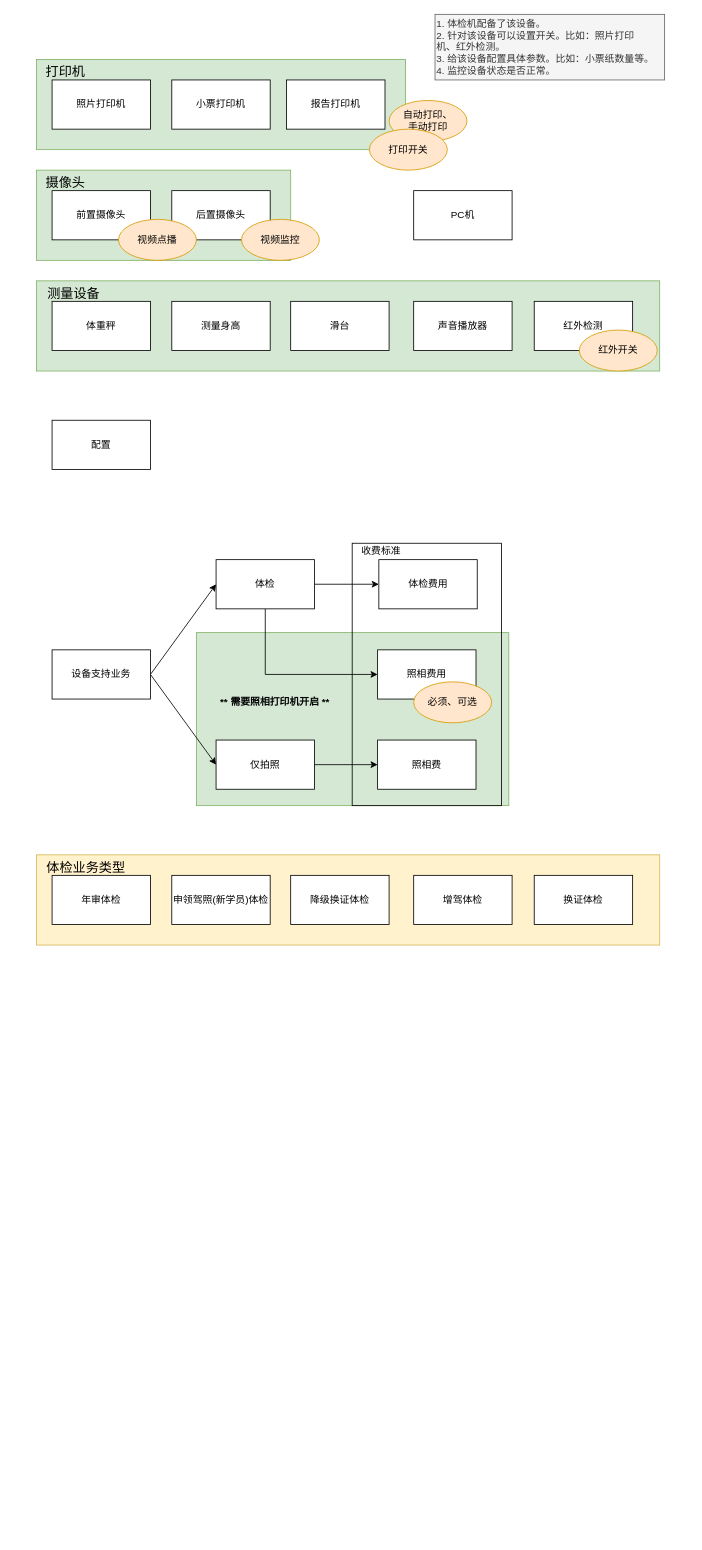
Earlier version of the draw.io diagram page "设备数据模型" (4 of 5) of V3.0.0.drawio (FifteenLab/test). Source tidied: cells renumbered, new cells numbered last; positions are measured from the earlier drawing's top-left corner, leaving out a move shared by most shapes. Both pictures are drawn from the tidied source at 82%, with x=0, y=0 at pixel (36, 14).
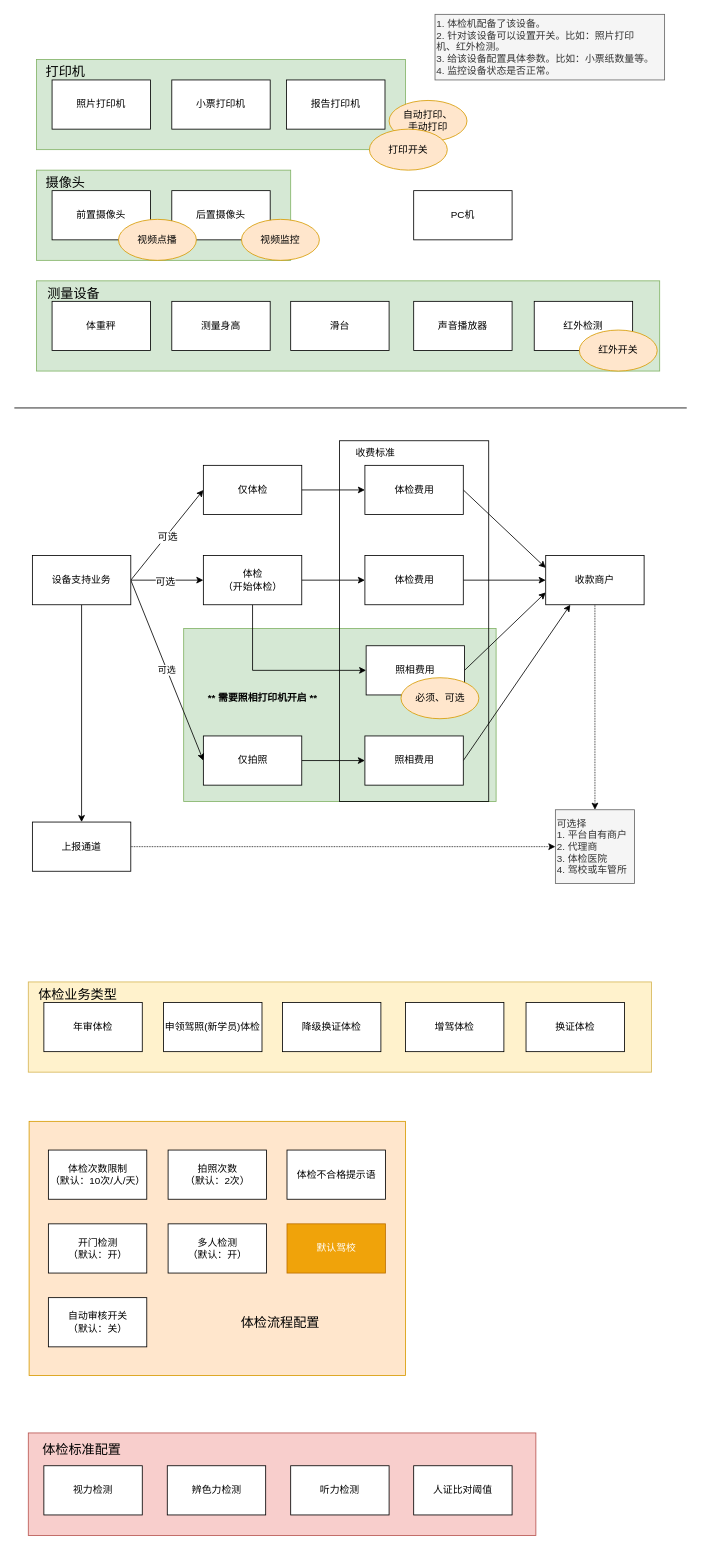
The same page after the edit.

Unchanged cells that the change refers to:
```xml
<mxCell id="36" style="edgeStyle=none;rounded=0;jettySize=auto;html=1;exitX=1;exitY=0.5;exitDx=0;exitDy=0;entryX=0;entryY=0.5;entryDx=0;entryDy=0;" parent="1" edge="1" source="38" target="29">
  <mxGeometry relative="1" as="geometry" />
</mxCell>
```

Diff of the diagram source:
```diff
@@
+    <mxCell id="49" style="rounded=0;whiteSpace=wrap;html=1;fillColor=#f8cecc;strokeColor=#b85450;" parent="1" vertex="1">
+      <mxGeometry x="-10" y="1730" width="619" height="125" as="geometry" />
+    </mxCell>
+    <mxCell id="50" style="rounded=0;whiteSpace=wrap;html=1;fillColor=#ffe6cc;strokeColor=#d79b00;" parent="1" vertex="1">
+      <mxGeometry x="-9" y="1350" width="459" height="310" as="geometry" />
+    </mxCell>
     <mxCell id="2" style="rounded=0;whiteSpace=wrap;html=1;fillColor=#d5e8d4;strokeColor=#82b366;" parent="1" vertex="1">
-      <mxGeometry x="195" y="754" width="381" height="211" as="geometry" />
+      <mxGeometry x="179.5" y="749" width="381" height="211" as="geometry" />
     </mxCell>
     <mxCell id="3" style="rounded=0;whiteSpace=wrap;html=1;fillColor=none;" parent="1" vertex="1">
-      <mxGeometry x="385" y="645" width="182" height="320" as="geometry" />
+      <mxGeometry x="369.5" y="520" width="182" height="440" as="geometry" />
     </mxCell>
@@
-    <mxCell id="7" value="配置" style="rounded=0;whiteSpace=wrap;html=1;" parent="1" vertex="1">
-      <mxGeometry x="19" y="495" width="120" height="60" as="geometry" />
-    </mxCell>
@@
-    <mxCell id="29" value="体检" style="rounded=0;whiteSpace=wrap;html=1;" parent="1" vertex="1">
-      <mxGeometry x="219" y="665" width="120" height="60" as="geometry" />
+    <mxCell id="29" value="体检&lt;br&gt;（开始体检）" style="rounded=0;whiteSpace=wrap;html=1;" parent="1" vertex="1">
+      <mxGeometry x="203.5" y="660" width="120" height="60" as="geometry" />
     </mxCell>
@@
     <mxCell id="31" value="仅拍照" style="rounded=0;whiteSpace=wrap;html=1;" parent="1" vertex="1">
-      <mxGeometry x="219" y="885" width="120" height="60" as="geometry" />
+      <mxGeometry x="203.5" y="880" width="120" height="60" as="geometry" />
     </mxCell>
+    <mxCell id="51" style="edgeStyle=none;rounded=0;jettySize=auto;html=1;exitX=1;exitY=0.5;exitDx=0;exitDy=0;entryX=0.25;entryY=1;entryDx=0;entryDy=0;" parent="1" edge="1" source="32" target="69">
+      <mxGeometry relative="1" as="geometry" />
+    </mxCell>
-    <mxCell id="32" value="照相费" style="rounded=0;whiteSpace=wrap;html=1;" parent="1" vertex="1">
-      <mxGeometry x="416" y="885" width="120" height="60" as="geometry" />
+    <mxCell id="32" value="照相费用" style="rounded=0;whiteSpace=wrap;html=1;" parent="1" vertex="1">
+      <mxGeometry x="400.5" y="880" width="120" height="60" as="geometry" />
     </mxCell>
+    <mxCell id="52" style="rounded=0;jettySize=auto;html=1;exitX=1;exitY=0.5;exitDx=0;exitDy=0;entryX=0;entryY=0.5;entryDx=0;entryDy=0;" parent="1" edge="1" source="33" target="69">
+      <mxGeometry relative="1" as="geometry" />
+    </mxCell>
     <mxCell id="33" value="体检费用" style="rounded=0;whiteSpace=wrap;html=1;" parent="1" vertex="1">
-      <mxGeometry x="417.5" y="665" width="120" height="60" as="geometry" />
+      <mxGeometry x="400.5" y="660" width="120" height="60" as="geometry" />
     </mxCell>
+    <mxCell id="53" style="edgeStyle=none;rounded=0;jettySize=auto;html=1;exitX=1;exitY=0.5;exitDx=0;exitDy=0;entryX=0;entryY=0.75;entryDx=0;entryDy=0;" parent="1" edge="1" source="34" target="69">
+      <mxGeometry relative="1" as="geometry" />
+    </mxCell>
     <mxCell id="34" value="照相费用" style="rounded=0;whiteSpace=wrap;html=1;" parent="1" vertex="1">
-      <mxGeometry x="416" y="775" width="120" height="60" as="geometry" />
+      <mxGeometry x="402" y="770" width="120" height="60" as="geometry" />
     </mxCell>
     <mxCell id="35" value="必须、可选" style="ellipse;whiteSpace=wrap;html=1;fillColor=#ffe6cc;strokeColor=#d79b00;" parent="1" vertex="1">
-      <mxGeometry x="460" y="814" width="95" height="50" as="geometry" />
+      <mxGeometry x="444.5" y="809" width="95" height="50" as="geometry" />
     </mxCell>
@@
+    <mxCell id="54" value="可选" style="text;html=1;align=center;verticalAlign=middle;labelBackgroundColor=#ffffff;" parent="36" vertex="1">
+      <mxGeometry x="-0.07" y="-1" relative="1" as="geometry" />
+    </mxCell>
-    <mxCell id="37" style="rounded=0;jettySize=auto;html=1;exitX=1;exitY=0.5;exitDx=0;exitDy=0;entryX=0;entryY=0.5;entryDx=0;entryDy=0;" parent="1" edge="1" source="38" target="31">
+    <mxCell id="37" value="可选" style="rounded=0;jettySize=auto;html=1;exitX=1;exitY=0.5;exitDx=0;exitDy=0;entryX=0;entryY=0.5;entryDx=0;entryDy=0;" parent="1" edge="1" source="38" target="31">
       <mxGeometry relative="1" as="geometry" />
     </mxCell>
+    <mxCell id="55" style="edgeStyle=none;rounded=0;jettySize=auto;html=1;" parent="1" edge="1" source="38" target="59">
+      <mxGeometry relative="1" as="geometry" />
+    </mxCell>
+    <mxCell id="56" style="edgeStyle=none;rounded=0;jettySize=auto;html=1;exitX=1;exitY=0.5;exitDx=0;exitDy=0;entryX=0;entryY=0.5;entryDx=0;entryDy=0;" parent="1" edge="1" source="38" target="78">
+      <mxGeometry relative="1" as="geometry" />
+    </mxCell>
+    <mxCell id="57" value="可选" style="text;html=1;align=center;verticalAlign=middle;labelBackgroundColor=#ffffff;" parent="56" vertex="1">
+      <mxGeometry x="-0.02" y="-2" relative="1" as="geometry" />
+    </mxCell>
     <mxCell id="38" value="设备支持业务" style="rounded=0;whiteSpace=wrap;html=1;" parent="1" vertex="1">
-      <mxGeometry x="19" y="775" width="120" height="60" as="geometry" />
+      <mxGeometry x="-5" y="660" width="120" height="60" as="geometry" />
     </mxCell>
+    <mxCell id="58" style="edgeStyle=none;rounded=0;jettySize=auto;html=1;exitX=1;exitY=0.5;exitDx=0;exitDy=0;entryX=0;entryY=0.5;entryDx=0;entryDy=0;dashed=1;dashPattern=1 1;" parent="1" edge="1" source="59" target="70">
+      <mxGeometry relative="1" as="geometry" />
+    </mxCell>
+    <mxCell id="59" value="上报通道" style="rounded=0;whiteSpace=wrap;html=1;" parent="1" vertex="1">
+      <mxGeometry x="-5" y="985" width="120" height="60" as="geometry" />
+    </mxCell>
     <mxCell id="39" value="&lt;b&gt;** 需要照相打印机开启 **&lt;/b&gt;" style="text;html=1;strokeColor=none;fillColor=none;align=center;verticalAlign=middle;whiteSpace=wrap;rounded=0;" parent="1" vertex="1">
-      <mxGeometry x="216" y="829" width="150" height="20" as="geometry" />
+      <mxGeometry x="200.5" y="824" width="150" height="20" as="geometry" />
     </mxCell>
-    <mxCell id="40" value="1. 体检机配备了该设备。&lt;br&gt;2. 针对该设备可以设置开关。比如：照片打印&lt;br&gt;机、红外检测。&lt;br&gt;3. 给该设备配置具体参数。比如：小票纸数量等。&lt;br&gt;4. 监控设备状态是否正常。" style="text;html=1;align=left;verticalAlign=middle;fillColor=#f5f5f5;strokeColor=#666666;fontColor=#333333;" parent="1" vertex="1">
-      <mxGeometry x="486" width="280" height="80" as="geometry" />
-    </mxCell>
     <mxCell id="41" style="rounded=0;whiteSpace=wrap;html=1;fillColor=#fff2cc;strokeColor=#d6b656;" parent="1" vertex="1">
-      <mxGeometry y="1025" width="760" height="110" as="geometry" />
+      <mxGeometry x="-10" y="1180" width="760" height="110" as="geometry" />
     </mxCell>
     <mxCell id="42" value="降级换证体检" style="rounded=0;whiteSpace=wrap;html=1;" parent="1" vertex="1">
-      <mxGeometry x="310" y="1050" width="120" height="60" as="geometry" />
+      <mxGeometry x="300" y="1205" width="120" height="60" as="geometry" />
     </mxCell>
     <mxCell id="43" value="年审体检" style="rounded=0;whiteSpace=wrap;html=1;" parent="1" vertex="1">
-      <mxGeometry x="19" y="1050" width="120" height="60" as="geometry" />
+      <mxGeometry x="9" y="1205" width="120" height="60" as="geometry" />
     </mxCell>
     <mxCell id="44" value="申领驾照(新学员)体检" style="rounded=0;whiteSpace=wrap;html=1;" parent="1" vertex="1">
-      <mxGeometry x="165" y="1050" width="120" height="60" as="geometry" />
+      <mxGeometry x="155" y="1205" width="120" height="60" as="geometry" />
     </mxCell>
     <mxCell id="45" value="换证体检" style="rounded=0;whiteSpace=wrap;html=1;" parent="1" vertex="1">
-      <mxGeometry x="607" y="1050" width="120" height="60" as="geometry" />
+      <mxGeometry x="597" y="1205" width="120" height="60" as="geometry" />
     </mxCell>
     <mxCell id="46" value="&lt;span style=&quot;font-size: 16px&quot;&gt;体检业务类型&lt;/span&gt;" style="text;html=1;align=center;verticalAlign=middle;" parent="1" vertex="1">
-      <mxGeometry x="5" y="1030" width="110" height="20" as="geometry" />
+      <mxGeometry x="-5" y="1185" width="110" height="20" as="geometry" />
     </mxCell>
     <mxCell id="47" value="增驾体检" style="rounded=0;whiteSpace=wrap;html=1;" parent="1" vertex="1">
-      <mxGeometry x="460" y="1050" width="120" height="60" as="geometry" />
+      <mxGeometry x="450" y="1205" width="120" height="60" as="geometry" />
     </mxCell>
     <mxCell id="48" value="收费标准" style="text;html=1;align=center;verticalAlign=middle;" parent="1" vertex="1">
-      <mxGeometry x="390" y="645" width="60" height="20" as="geometry" />
+      <mxGeometry x="383" y="525" width="60" height="20" as="geometry" />
     </mxCell>
+    <mxCell id="60" value="体检次数限制&lt;br&gt;（默认：10次/人/天）" style="rounded=0;whiteSpace=wrap;html=1;" parent="1" vertex="1">
+      <mxGeometry x="14.5" y="1385" width="120" height="60" as="geometry" />
+    </mxCell>
+    <mxCell id="61" value="拍照次数&lt;br&gt;（默认：2次）" style="rounded=0;whiteSpace=wrap;html=1;" parent="1" vertex="1">
+      <mxGeometry x="160.5" y="1385" width="120" height="60" as="geometry" />
+    </mxCell>
+    <mxCell id="62" value="开门检测&lt;br&gt;（默认：开）" style="rounded=0;whiteSpace=wrap;html=1;" parent="1" vertex="1">
+      <mxGeometry x="14.5" y="1475" width="120" height="60" as="geometry" />
+    </mxCell>
+    <mxCell id="63" value="多人检测&lt;br&gt;（默认：开）" style="rounded=0;whiteSpace=wrap;html=1;" parent="1" vertex="1">
+      <mxGeometry x="160.5" y="1475" width="120" height="60" as="geometry" />
+    </mxCell>
+    <mxCell id="64" value="自动审核开关&lt;br&gt;（默认：关）" style="rounded=0;whiteSpace=wrap;html=1;" parent="1" vertex="1">
+      <mxGeometry x="14.5" y="1565" width="120" height="60" as="geometry" />
+    </mxCell>
+    <mxCell id="65" value="体检不合格提示语" style="rounded=0;whiteSpace=wrap;html=1;" parent="1" vertex="1">
+      <mxGeometry x="305.5" y="1385" width="120" height="60" as="geometry" />
+    </mxCell>
+    <mxCell id="66" value="默认驾校" style="rounded=0;whiteSpace=wrap;html=1;fillColor=#f0a30a;strokeColor=#BD7000;fontColor=#ffffff;" parent="1" vertex="1">
+      <mxGeometry x="305.5" y="1475" width="120" height="60" as="geometry" />
+    </mxCell>
+    <mxCell id="67" value="&lt;font style=&quot;font-size: 16px&quot;&gt;体检流程配置&lt;/font&gt;" style="text;html=1;strokeColor=none;fillColor=none;align=center;verticalAlign=middle;whiteSpace=wrap;rounded=0;" parent="1" vertex="1">
+      <mxGeometry x="247.2" y="1585" width="100.5" height="20" as="geometry" />
+    </mxCell>
+    <mxCell id="68" style="edgeStyle=none;rounded=0;jettySize=auto;html=1;exitX=0.5;exitY=1;exitDx=0;exitDy=0;dashed=1;dashPattern=1 1;" parent="1" edge="1" source="69" target="70">
+      <mxGeometry relative="1" as="geometry" />
+    </mxCell>
+    <mxCell id="69" value="收款商户" style="rounded=0;whiteSpace=wrap;html=1;" parent="1" vertex="1">
+      <mxGeometry x="621" y="660" width="120" height="60" as="geometry" />
+    </mxCell>
+    <mxCell id="70" value="&lt;div&gt;&lt;span&gt;可选择&lt;/span&gt;&lt;/div&gt;1. 平台自有商户&lt;br&gt;2. 代理商&lt;br&gt;3. 体检医院&lt;br&gt;4. 驾校或车管所" style="text;html=1;strokeColor=#666666;fillColor=#f5f5f5;align=left;verticalAlign=middle;whiteSpace=wrap;rounded=0;fontColor=#333333;" parent="1" vertex="1">
+      <mxGeometry x="632.8" y="970" width="96.5" height="90" as="geometry" />
+    </mxCell>
+    <mxCell id="71" style="endArrow=none;html=1;" parent="1" edge="1">
+      <mxGeometry relative="1" as="geometry">
+        <mxPoint x="-27" y="480" as="sourcePoint" />
+        <mxPoint x="793" y="480" as="targetPoint" />
+      </mxGeometry>
+    </mxCell>
+    <mxCell id="72" value="视力检测" style="rounded=0;whiteSpace=wrap;html=1;" parent="1" vertex="1">
+      <mxGeometry x="9" y="1770" width="120" height="60" as="geometry" />
+    </mxCell>
+    <mxCell id="73" value="辨色力检测" style="rounded=0;whiteSpace=wrap;html=1;" parent="1" vertex="1">
+      <mxGeometry x="159.5" y="1770" width="120" height="60" as="geometry" />
+    </mxCell>
+    <mxCell id="74" value="听力检测" style="rounded=0;whiteSpace=wrap;html=1;" parent="1" vertex="1">
+      <mxGeometry x="310" y="1770" width="120" height="60" as="geometry" />
+    </mxCell>
+    <mxCell id="75" value="人证比对阈值" style="rounded=0;whiteSpace=wrap;html=1;" parent="1" vertex="1">
+      <mxGeometry x="460" y="1770" width="120" height="60" as="geometry" />
+    </mxCell>
+    <mxCell id="76" value="&lt;font style=&quot;font-size: 16px&quot;&gt;体检标准配置&lt;/font&gt;" style="text;html=1;align=center;verticalAlign=middle;" parent="1" vertex="1">
+      <mxGeometry y="1740" width="110" height="20" as="geometry" />
+    </mxCell>
+    <mxCell id="77" style="edgeStyle=orthogonalEdgeStyle;rounded=0;jettySize=auto;html=1;exitX=1;exitY=0.5;exitDx=0;exitDy=0;entryX=0;entryY=0.5;entryDx=0;entryDy=0;" parent="1" edge="1" source="78" target="80">
+      <mxGeometry relative="1" as="geometry" />
+    </mxCell>
+    <mxCell id="78" value="仅体检" style="rounded=0;whiteSpace=wrap;html=1;" parent="1" vertex="1">
+      <mxGeometry x="203.5" y="550" width="120" height="60" as="geometry" />
+    </mxCell>
+    <mxCell id="79" style="rounded=0;jettySize=auto;html=1;exitX=1;exitY=0.5;exitDx=0;exitDy=0;entryX=0;entryY=0.25;entryDx=0;entryDy=0;" parent="1" edge="1" source="80" target="69">
+      <mxGeometry relative="1" as="geometry" />
+    </mxCell>
+    <mxCell id="80" value="体检费用" style="rounded=0;whiteSpace=wrap;html=1;" parent="1" vertex="1">
+      <mxGeometry x="400.5" y="550" width="120" height="60" as="geometry" />
+    </mxCell>
+    <mxCell id="40" value="1. 体检机配备了该设备。&lt;br&gt;2. 针对该设备可以设置开关。比如：照片打印&lt;br&gt;机、红外检测。&lt;br&gt;3. 给该设备配置具体参数。比如：小票纸数量等。&lt;br&gt;4. 监控设备状态是否正常。" style="text;html=1;align=left;verticalAlign=middle;fillColor=#f5f5f5;strokeColor=#666666;fontColor=#333333;" parent="1" vertex="1">
+      <mxGeometry x="486" width="280" height="80" as="geometry" />
+    </mxCell>
```
